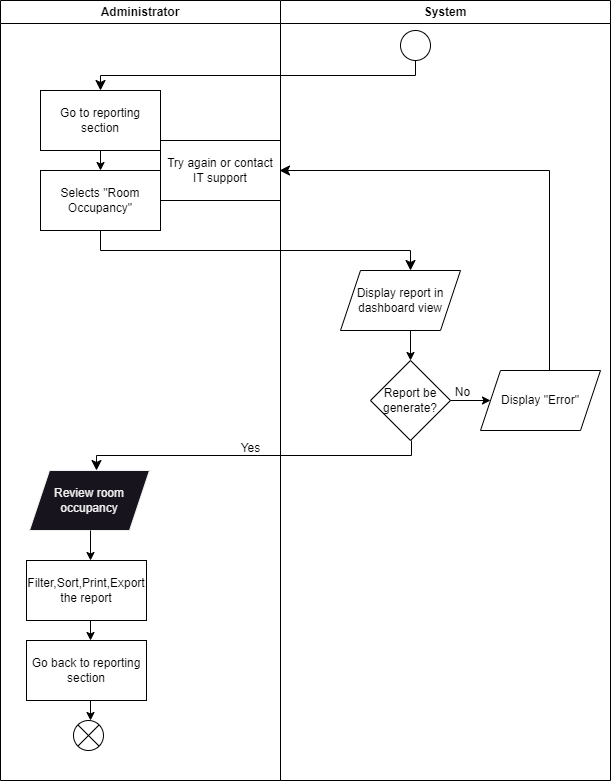
Above: project/drawio/stakeholder/activity diagram/uc06.png in drshahizan/software-engineering (draw.io), before the change. Source tidied: cells renumbered, new cells last; positions are measured from the earlier drawing's top-left corner, leaving out a move shared by most shapes. The source it was exported from:
```xml
<mxGraphModel>
  <root>
    <mxCell id="0" />
    <mxCell id="1" parent="0" />
    <mxCell id="2" style="ellipse;" parent="1" vertex="1">
      <mxGeometry x="400" y="30" width="30" height="30" as="geometry" />
    </mxCell>
    <mxCell id="3" style="edgeStyle=elbowEdgeStyle;elbow=vertical;endArrow=classic;html=1;curved=0;rounded=0;endSize=8;startSize=8;" parent="1" edge="1">
      <mxGeometry relative="1" as="geometry">
        <mxPoint x="415" y="60" as="sourcePoint" />
        <mxPoint x="100" y="90" as="targetPoint" />
      </mxGeometry>
    </mxCell>
    <mxCell id="4" value="Go to reporting section" style="rounded=0;whiteSpace=wrap;html=1;" parent="1" vertex="1">
      <mxGeometry x="40" y="90" width="120" height="60" as="geometry" />
    </mxCell>
    <mxCell id="5" style="endArrow=classic;html=1;" parent="1" edge="1">
      <mxGeometry relative="1" as="geometry">
        <mxPoint x="100" y="150" as="sourcePoint" />
        <mxPoint x="100" y="170" as="targetPoint" />
      </mxGeometry>
    </mxCell>
    <mxCell id="6" value="Selects &quot;Room Occupancy&quot;" style="rounded=0;whiteSpace=wrap;html=1;" parent="1" vertex="1">
      <mxGeometry x="40" y="170" width="120" height="60" as="geometry" />
    </mxCell>
    <mxCell id="7" style="edgeStyle=elbowEdgeStyle;elbow=vertical;endArrow=classic;html=1;curved=0;rounded=0;endSize=8;startSize=8;" parent="1" edge="1">
      <mxGeometry relative="1" as="geometry">
        <mxPoint x="100" y="230" as="sourcePoint" />
        <mxPoint x="410" y="270" as="targetPoint" />
      </mxGeometry>
    </mxCell>
    <mxCell id="8" value="Display report in dashboard view" style="shape=parallelogram;perimeter=parallelogramPerimeter;whiteSpace=wrap;html=1;fixedSize=1;" parent="1" vertex="1">
      <mxGeometry x="340" y="270" width="120" height="60" as="geometry" />
    </mxCell>
    <mxCell id="9" style="endArrow=classic;html=1;" parent="1" edge="1">
      <mxGeometry relative="1" as="geometry">
        <mxPoint x="410" y="330" as="sourcePoint" />
        <mxPoint x="410" y="360" as="targetPoint" />
      </mxGeometry>
    </mxCell>
    <mxCell id="10" value="Report be generate?" style="rhombus;whiteSpace=wrap;html=1;" parent="1" vertex="1">
      <mxGeometry x="370" y="360" width="80" height="80" as="geometry" />
    </mxCell>
    <mxCell id="11" style="edgeStyle=elbowEdgeStyle;elbow=vertical;endArrow=classic;html=1;curved=0;rounded=0;endSize=8;startSize=8;" parent="1" edge="1">
      <mxGeometry relative="1" as="geometry">
        <mxPoint x="411" y="440" as="sourcePoint" />
        <mxPoint x="96" y="470" as="targetPoint" />
      </mxGeometry>
    </mxCell>
    <mxCell id="12" value="Review room occupancy" style="shape=parallelogram;perimeter=parallelogramPerimeter;whiteSpace=wrap;html=1;fixedSize=1;fontFamily=Helvetica;fontSize=12;fontColor=rgb(240, 240, 240);align=center;strokeColor=rgb(240, 240, 240);fillColor=rgb(24, 20, 29);" parent="1" vertex="1">
      <mxGeometry x="29" y="470" width="120" height="60" as="geometry" />
    </mxCell>
    <mxCell id="13" style="endArrow=classic;html=1;" parent="1" edge="1">
      <mxGeometry relative="1" as="geometry">
        <mxPoint x="90" y="530" as="sourcePoint" />
        <mxPoint x="90" y="560" as="targetPoint" />
      </mxGeometry>
    </mxCell>
    <mxCell id="14" value="Filter,Sort,Print,Export the report" style="rounded=0;whiteSpace=wrap;html=1;" parent="1" vertex="1">
      <mxGeometry x="26" y="560" width="120" height="60" as="geometry" />
    </mxCell>
    <mxCell id="15" style="endArrow=classic;html=1;" parent="1" edge="1">
      <mxGeometry relative="1" as="geometry">
        <mxPoint x="90" y="620" as="sourcePoint" />
        <mxPoint x="90" y="640" as="targetPoint" />
      </mxGeometry>
    </mxCell>
    <mxCell id="16" value="Go back to reporting section" style="rounded=0;whiteSpace=wrap;html=1;" parent="1" vertex="1">
      <mxGeometry x="26" y="640" width="120" height="60" as="geometry" />
    </mxCell>
    <mxCell id="17" value="Yes" style="text;html=1;align=center;verticalAlign=middle;strokeColor=none;fillColor=none;" parent="1" vertex="1">
      <mxGeometry x="230" y="433" width="40" height="30" as="geometry" />
    </mxCell>
    <mxCell id="18" style="endArrow=classic;html=1;" parent="1" edge="1">
      <mxGeometry relative="1" as="geometry">
        <mxPoint x="450" y="400" as="sourcePoint" />
        <mxPoint x="490" y="400" as="targetPoint" />
      </mxGeometry>
    </mxCell>
    <mxCell id="19" value="No" style="text;html=1;align=center;verticalAlign=middle;strokeColor=none;fillColor=none;" parent="1" vertex="1">
      <mxGeometry x="442" y="377" width="40" height="30" as="geometry" />
    </mxCell>
    <mxCell id="20" style="endArrow=classic;html=1;" parent="1" edge="1">
      <mxGeometry relative="1" as="geometry">
        <mxPoint x="90" y="700" as="sourcePoint" />
        <mxPoint x="90" y="720" as="targetPoint" />
      </mxGeometry>
    </mxCell>
    <mxCell id="21" style="shape=sumEllipse;perimeter=ellipsePerimeter;whiteSpace=wrap;html=1;backgroundOutline=1;" parent="1" vertex="1">
      <mxGeometry x="73" y="720" width="30" height="30" as="geometry" />
    </mxCell>
    <mxCell id="22" value="Display &quot;Error&quot;" style="shape=parallelogram;perimeter=parallelogramPerimeter;whiteSpace=wrap;html=1;fixedSize=1;" parent="1" vertex="1">
      <mxGeometry x="480" y="370" width="120" height="60" as="geometry" />
    </mxCell>
    <mxCell id="23" style="edgeStyle=elbowEdgeStyle;elbow=vertical;endArrow=classic;html=1;curved=0;rounded=0;endSize=8;startSize=8;" parent="1" edge="1">
      <mxGeometry relative="1" as="geometry">
        <mxPoint x="549" y="370" as="sourcePoint" />
        <mxPoint x="279" y="170" as="targetPoint" />
        <Array as="points">
          <mxPoint x="409" y="170" />
        </Array>
      </mxGeometry>
    </mxCell>
    <mxCell id="24" value="Try again or contact IT support" style="rounded=0;whiteSpace=wrap;html=1;" parent="1" vertex="1">
      <mxGeometry x="160" y="140" width="120" height="60" as="geometry" />
    </mxCell>
    <mxCell id="25" value="Administrator" style="swimlane;whiteSpace=wrap;html=1;startSize=23;" parent="1" vertex="1">
      <mxGeometry width="280" height="780" as="geometry" />
    </mxCell>
    <mxCell id="26" value="System" style="swimlane;whiteSpace=wrap;html=1;" parent="1" vertex="1">
      <mxGeometry x="280" width="330" height="780" as="geometry" />
    </mxCell>
  </root>
</mxGraphModel>
```
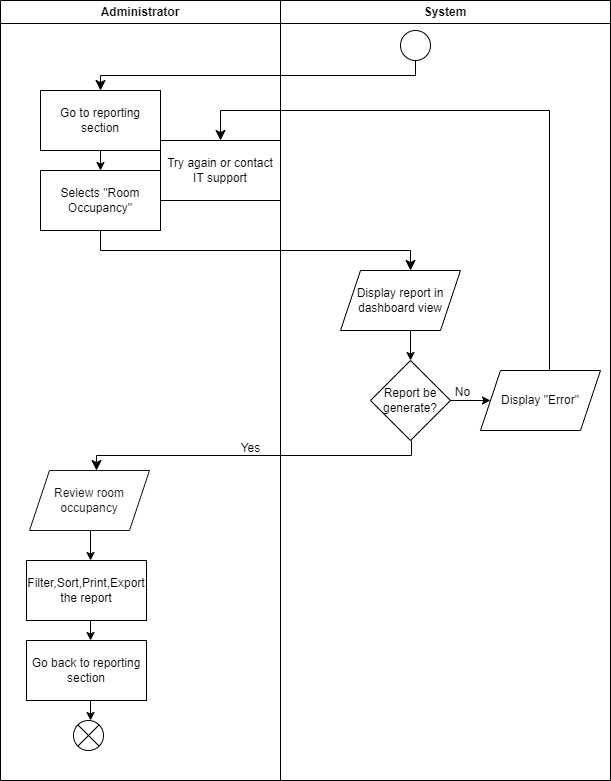
The same diagram one commit later.

What changed in the source:
```diff
@@ -47,7 +47,7 @@
         <mxPoint x="96" y="470" as="targetPoint" />
       </mxGeometry>
     </mxCell>
-    <mxCell id="12" value="Review room occupancy" style="shape=parallelogram;perimeter=parallelogramPerimeter;whiteSpace=wrap;html=1;fixedSize=1;fontFamily=Helvetica;fontSize=12;fontColor=rgb(240, 240, 240);align=center;strokeColor=rgb(240, 240, 240);fillColor=rgb(24, 20, 29);" parent="1" vertex="1">
+    <mxCell id="12" value="&lt;font color=&quot;#18141d&quot;&gt;Review room occupancy&lt;/font&gt;" style="shape=parallelogram;perimeter=parallelogramPerimeter;whiteSpace=wrap;html=1;fixedSize=1;fontFamily=Helvetica;fontSize=12;fontColor=rgb(240, 240, 240);align=center;strokeColor=#18141D;fillColor=#FFFFFF;" parent="1" vertex="1">
       <mxGeometry x="29" y="470" width="120" height="60" as="geometry" />
     </mxCell>
     <mxCell id="13" style="endArrow=classic;html=1;" parent="1" edge="1">
@@ -92,12 +92,11 @@
     <mxCell id="22" value="Display &quot;Error&quot;" style="shape=parallelogram;perimeter=parallelogramPerimeter;whiteSpace=wrap;html=1;fixedSize=1;" parent="1" vertex="1">
       <mxGeometry x="480" y="370" width="120" height="60" as="geometry" />
     </mxCell>
-    <mxCell id="23" style="edgeStyle=elbowEdgeStyle;elbow=vertical;endArrow=classic;html=1;curved=0;rounded=0;endSize=8;startSize=8;" parent="1" edge="1">
+    <mxCell id="23" style="edgeStyle=elbowEdgeStyle;elbow=vertical;endArrow=classic;html=1;curved=0;rounded=0;endSize=8;startSize=8;" parent="1" edge="1" target="24">
       <mxGeometry relative="1" as="geometry">
         <mxPoint x="549" y="370" as="sourcePoint" />
-        <mxPoint x="279" y="170" as="targetPoint" />
         <Array as="points">
-          <mxPoint x="409" y="170" />
+          <mxPoint x="370" y="110" />
         </Array>
       </mxGeometry>
     </mxCell>
```
